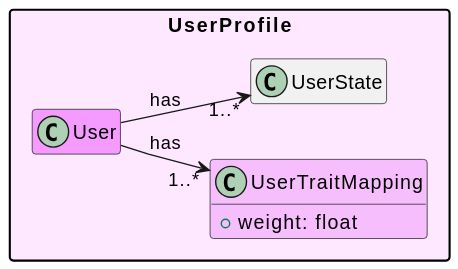
The PlantUML diagram out/UML/user/user.svg in Maks-stack/ontology, before a commit. Its diagram source:
```plantuml
@startuml
skinparam linetype polyline
hide empty methods
hide empty attributes
hide empty members
left to right direction
skinparam nodesep 40
skinparam ranksep 40
skinparam packageStyle rectangle

!define contextBack #fde8ffff
!define contextFront #f59bffff
!define contextState #f7befeff
!define contextLight #f5c6fbff

package UserContext contextBack {
  class User contextFront

  class UserTraitMapping contextState {
    +weight: float
  }

  User --> "1..*" UserState : has
  User --> "1..*" UserTraitMapping : has
}
@enduml
```
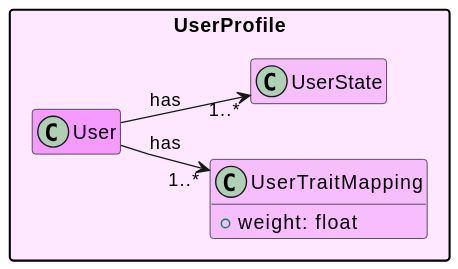
The same file after the commit.

Change to the diagram source:
```diff
@@ -13,13 +13,15 @@
 !define contextState #f7befeff
 !define contextLight #f5c6fbff
 
-package UserContext contextBack {
+package UserProfile contextBack {
   class User contextFront
 
   class UserTraitMapping contextState {
     +weight: float
   }
 
+  class UserState contextState
+
   User --> "1..*" UserState : has
   User --> "1..*" UserTraitMapping : has
 }
```
